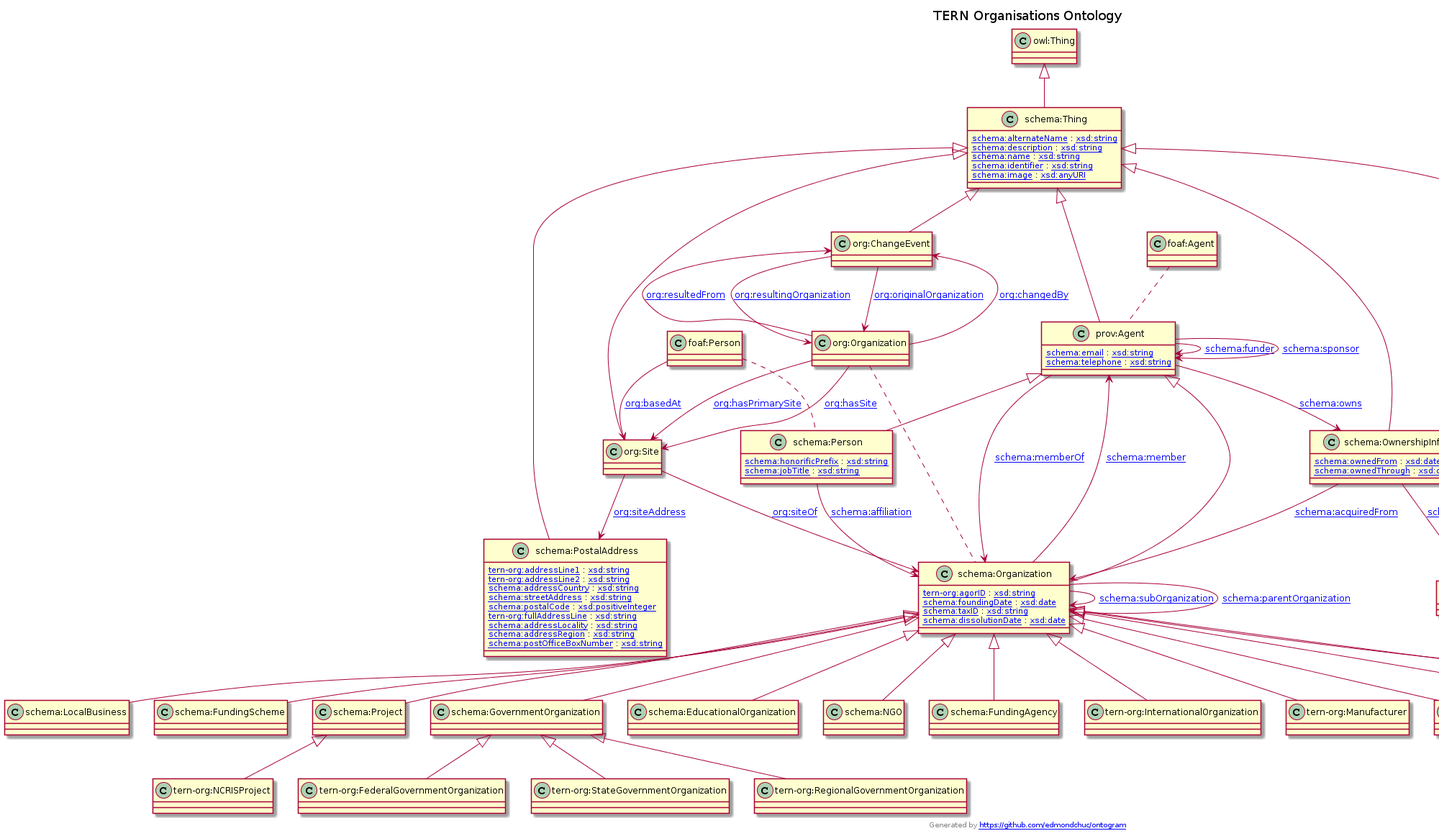
This is docs/tern-org.ttl.txt.png from ternaustralia/ontology_tern-org, a PlantUML export, as it was before one commit.
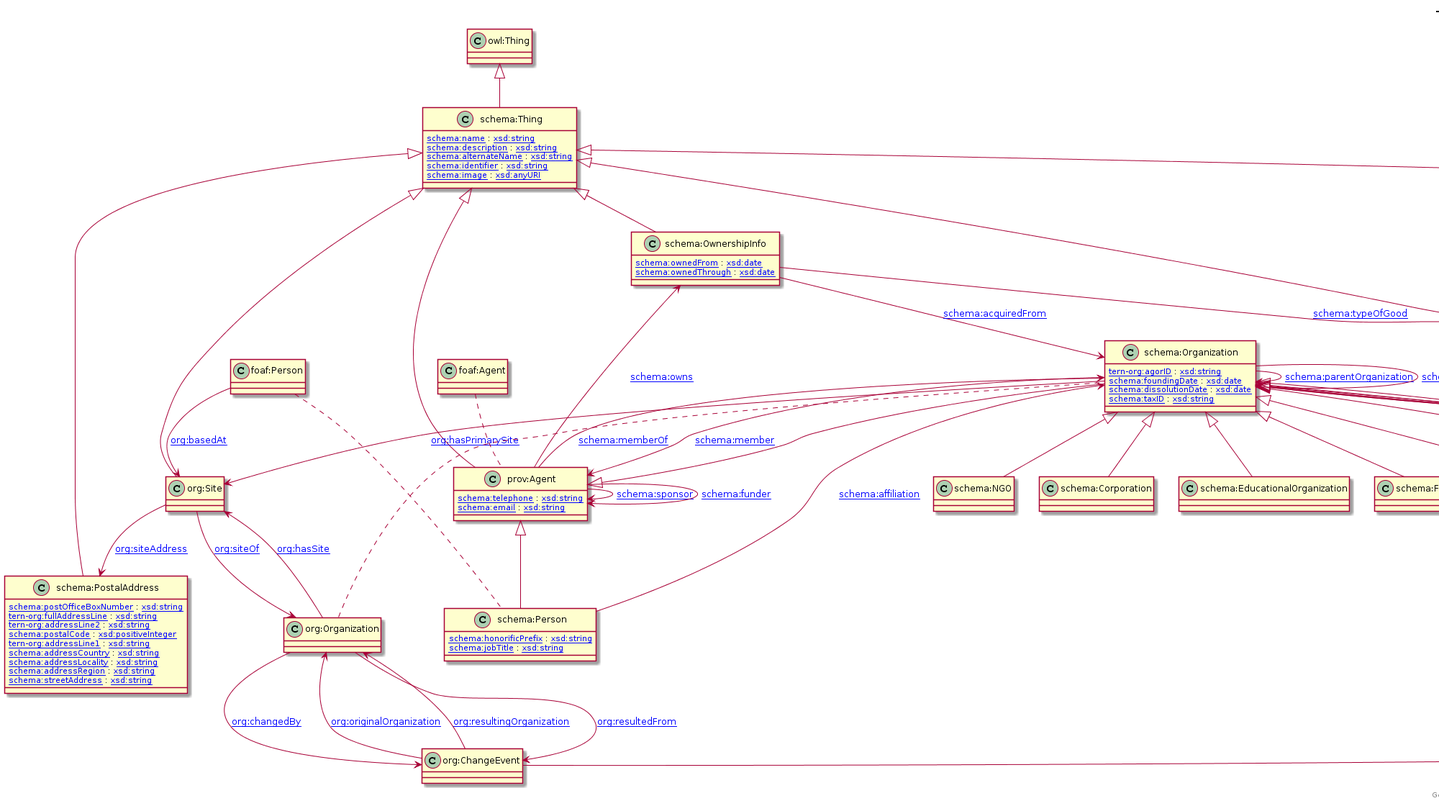
The same file after the commit.

Commit message:
Added tern-org:isDissolved

What changed in the source:
```diff
@@ -1,128 +1,128 @@
 @startuml
 title TERN Organisations Ontology
-"prov:Agent" <|-- "schema:Person"
-"schema:Organization" <|-- "schema:LocalBusiness"
-"schema:Organization" <|-- "schema:FundingScheme"
-"schema:Thing" <|-- "schema:PostalAddress"
-"owl:Thing" <|-- "schema:Thing"
-"schema:Thing" <|-- "org:ChangeEvent"
-"schema:Project" <|-- "tern-org:NCRISProject"
+"schema:Thing" <|-- "schema:OwnershipInfo"
+"schema:Thing" <|-- "org:Site"
+"schema:GovernmentOrganization" <|-- "tern-org:RegionalGovernmentOrganization"
+"schema:Organization" <|-- "schema:GovernmentOrganization"
 "prov:Agent" <|-- "schema:Organization"
-"schema:GovernmentOrganization" <|-- "tern-org:RegionalGovernmentOrganization"
-"schema:Organization" <|-- "schema:EducationalOrganization"
+"schema:Thing" <|-- "schema:Product"
 "schema:GovernmentOrganization" <|-- "tern-org:FederalGovernmentOrganization"
 "schema:Organization" <|-- "schema:NGO"
+"schema:Project" <|-- "tern-org:NCRISProject"
+"schema:Organization" <|-- "schema:Corporation"
+"prov:Agent" <|-- "schema:Person"
+"schema:Organization" <|-- "schema:EducationalOrganization"
+"schema:Organization" <|-- "schema:FundingScheme"
+"schema:Organization" <|-- "tern-org:PartnerOrganization"
+"schema:Organization" <|-- "schema:Project"
+"schema:Thing" <|-- "prov:Agent"
 "schema:Organization" <|-- "schema:FundingAgency"
-"schema:Thing" <|-- "prov:Agent"
+"schema:Organization" <|-- "tern-org:Manufacturer"
+"schema:Thing" <|-- "schema:PostalAddress"
+"schema:Organization" <|-- "schema:MedicalOrganization"
+"schema:GovernmentOrganization" <|-- "tern-org:StateGovernmentOrganization"
+"schema:Thing" <|-- "org:ChangeEvent"
+"schema:Organization" <|-- "schema:LocalBusiness"
+"owl:Thing" <|-- "schema:Thing"
 "schema:Organization" <|-- "tern-org:InternationalOrganization"
-"schema:GovernmentOrganization" <|-- "tern-org:StateGovernmentOrganization"
-"schema:Organization" <|-- "schema:GovernmentOrganization"
-"schema:Organization" <|-- "tern-org:Manufacturer"
-"schema:Thing" <|-- "org:Site"
-"schema:Thing" <|-- "schema:Product"
-"schema:Organization" <|-- "tern-org:PartnerOrganization"
-"schema:Organization" <|-- "schema:MedicalOrganization"
-"schema:Organization" <|-- "schema:Corporation"
-"schema:Organization" <|-- "schema:Project"
 "schema:Organization" <|-- "schema:Consortium"
-"schema:Thing" <|-- "schema:OwnershipInfo"
-Class "schema:Person" [[http://schema.org/Person]] {
-[[http://schema.org/honorificPrefix schema:honorificPrefix]] : [[http://www.w3.org/2001/XMLSchema#string xsd:string]]
-[[http://schema.org/jobTitle schema:jobTitle]] : [[http://www.w3.org/2001/XMLSchema#string xsd:string]]
+Class "schema:OwnershipInfo" [[http://schema.org/OwnershipInfo]] {
+[[http://schema.org/ownedFrom schema:ownedFrom]] : [[http://www.w3.org/2001/XMLSchema#date xsd:date]]
+[[http://schema.org/ownedThrough schema:ownedThrough]] : [[http://www.w3.org/2001/XMLSchema#date xsd:date]]
 }
-Class "schema:LocalBusiness" [[http://schema.org/LocalBusiness]] {
+Class "org:Site" [[http://www.w3.org/ns/org#Site]] {
 }
-Class "schema:FundingScheme" [[http://schema.org/FundingScheme]] {
+Class "tern-org:RegionalGovernmentOrganization" [[https://w3id.org/tern/ontologies/org/RegionalGovernmentOrganization]] {
 }
-Class "schema:PostalAddress" [[http://schema.org/PostalAddress]] {
-[[https://w3id.org/tern/ontologies/org/addressLine1 tern-org:addressLine1]] : [[http://www.w3.org/2001/XMLSchema#string xsd:string]]
-[[https://w3id.org/tern/ontologies/org/addressLine2 tern-org:addressLine2]] : [[http://www.w3.org/2001/XMLSchema#string xsd:string]]
-[[http://schema.org/addressCountry schema:addressCountry]] : [[http://www.w3.org/2001/XMLSchema#string xsd:string]]
-[[http://schema.org/streetAddress schema:streetAddress]] : [[http://www.w3.org/2001/XMLSchema#string xsd:string]]
-[[http://schema.org/postalCode schema:postalCode]] : [[http://www.w3.org/2001/XMLSchema#positiveInteger xsd:positiveInteger]]
-[[https://w3id.org/tern/ontologies/org/fullAddressLine tern-org:fullAddressLine]] : [[http://www.w3.org/2001/XMLSchema#string xsd:string]]
-[[http://schema.org/addressLocality schema:addressLocality]] : [[http://www.w3.org/2001/XMLSchema#string xsd:string]]
-[[http://schema.org/addressRegion schema:addressRegion]] : [[http://www.w3.org/2001/XMLSchema#string xsd:string]]
-[[http://schema.org/postOfficeBoxNumber schema:postOfficeBoxNumber]] : [[http://www.w3.org/2001/XMLSchema#string xsd:string]]
-}
-Class "schema:Thing" [[http://schema.org/Thing]] {
-[[http://schema.org/alternateName schema:alternateName]] : [[http://www.w3.org/2001/XMLSchema#string xsd:string]]
-[[http://schema.org/description schema:description]] : [[http://www.w3.org/2001/XMLSchema#string xsd:string]]
-[[http://schema.org/name schema:name]] : [[http://www.w3.org/2001/XMLSchema#string xsd:string]]
-[[http://schema.org/identifier schema:identifier]] : [[http://www.w3.org/2001/XMLSchema#string xsd:string]]
-[[http://schema.org/image schema:image]] : [[http://www.w3.org/2001/XMLSchema#anyURI xsd:anyURI]]
-}
-Class "org:ChangeEvent" [[http://www.w3.org/ns/org#ChangeEvent]] {
-}
-Class "tern-org:NCRISProject" [[https://w3id.org/tern/ontologies/org/NCRISProject]] {
+Class "schema:GovernmentOrganization" [[http://schema.org/GovernmentOrganization]] {
 }
 Class "schema:Organization" [[http://schema.org/Organization]] {
 [[https://w3id.org/tern/ontologies/org/agorID tern-org:agorID]] : [[http://www.w3.org/2001/XMLSchema#string xsd:string]]
 [[http://schema.org/foundingDate schema:foundingDate]] : [[http://www.w3.org/2001/XMLSchema#date xsd:date]]
+[[http://schema.org/dissolutionDate schema:dissolutionDate]] : [[http://www.w3.org/2001/XMLSchema#date xsd:date]]
 [[http://schema.org/taxID schema:taxID]] : [[http://www.w3.org/2001/XMLSchema#string xsd:string]]
-[[http://schema.org/dissolutionDate schema:dissolutionDate]] : [[http://www.w3.org/2001/XMLSchema#date xsd:date]]
 }
-Class "tern-org:RegionalGovernmentOrganization" [[https://w3id.org/tern/ontologies/org/RegionalGovernmentOrganization]] {
-}
-Class "schema:EducationalOrganization" [[http://schema.org/EducationalOrganization]] {
+Class "schema:Product" [[http://schema.org/Product]] {
 }
 Class "tern-org:FederalGovernmentOrganization" [[https://w3id.org/tern/ontologies/org/FederalGovernmentOrganization]] {
 }
 Class "schema:NGO" [[http://schema.org/NGO]] {
 }
+Class "tern-org:NCRISProject" [[https://w3id.org/tern/ontologies/org/NCRISProject]] {
+}
+Class "schema:Corporation" [[http://schema.org/Corporation]] {
+}
+Class "schema:Person" [[http://schema.org/Person]] {
+[[http://schema.org/honorificPrefix schema:honorificPrefix]] : [[http://www.w3.org/2001/XMLSchema#string xsd:string]]
+[[http://schema.org/jobTitle schema:jobTitle]] : [[http://www.w3.org/2001/XMLSchema#string xsd:string]]
+}
+Class "schema:EducationalOrganization" [[http://schema.org/EducationalOrganization]] {
+}
+Class "schema:FundingScheme" [[http://schema.org/FundingScheme]] {
+}
+Class "tern-org:PartnerOrganization" [[https://w3id.org/tern/ontologies/org/PartnerOrganization]] {
+}
+Class "schema:Project" [[http://schema.org/Project]] {
+}
+Class "prov:Agent" [[http://www.w3.org/ns/prov#Agent]] {
+[[http://schema.org/telephone schema:telephone]] : [[http://www.w3.org/2001/XMLSchema#string xsd:string]]
+[[http://schema.org/email schema:email]] : [[http://www.w3.org/2001/XMLSchema#string xsd:string]]
+}
 Class "schema:FundingAgency" [[http://schema.org/FundingAgency]] {
 }
-Class "prov:Agent" [[http://www.w3.org/ns/prov#Agent]] {
-[[http://schema.org/email schema:email]] : [[http://www.w3.org/2001/XMLSchema#string xsd:string]]
-[[http://schema.org/telephone schema:telephone]] : [[http://www.w3.org/2001/XMLSchema#string xsd:string]]
+Class "tern-org:Manufacturer" [[https://w3id.org/tern/ontologies/org/Manufacturer]] {
+}
+Class "schema:PostalAddress" [[http://schema.org/PostalAddress]] {
+[[http://schema.org/postOfficeBoxNumber schema:postOfficeBoxNumber]] : [[http://www.w3.org/2001/XMLSchema#string xsd:string]]
+[[https://w3id.org/tern/ontologies/org/fullAddressLine tern-org:fullAddressLine]] : [[http://www.w3.org/2001/XMLSchema#string xsd:string]]
+[[https://w3id.org/tern/ontologies/org/addressLine2 tern-org:addressLine2]] : [[http://www.w3.org/2001/XMLSchema#string xsd:string]]
+[[http://schema.org/postalCode schema:postalCode]] : [[http://www.w3.org/2001/XMLSchema#positiveInteger xsd:positiveInteger]]
+[[https://w3id.org/tern/ontologies/org/addressLine1 tern-org:addressLine1]] : [[http://www.w3.org/2001/XMLSchema#string xsd:string]]
+[[http://schema.org/addressCountry schema:addressCountry]] : [[http://www.w3.org/2001/XMLSchema#string xsd:string]]
+[[http://schema.org/addressLocality schema:addressLocality]] : [[http://www.w3.org/2001/XMLSchema#string xsd:string]]
+[[http://schema.org/addressRegion schema:addressRegion]] : [[http://www.w3.org/2001/XMLSchema#string xsd:string]]
+[[http://schema.org/streetAddress schema:streetAddress]] : [[http://www.w3.org/2001/XMLSchema#string xsd:string]]
+}
+Class "schema:MedicalOrganization" [[http://schema.org/MedicalOrganization]] {
+}
+Class "tern-org:StateGovernmentOrganization" [[https://w3id.org/tern/ontologies/org/StateGovernmentOrganization]] {
+}
+Class "org:ChangeEvent" [[http://www.w3.org/ns/org#ChangeEvent]] {
+}
+Class "schema:LocalBusiness" [[http://schema.org/LocalBusiness]] {
+}
+Class "schema:Thing" [[http://schema.org/Thing]] {
+[[http://schema.org/name schema:name]] : [[http://www.w3.org/2001/XMLSchema#string xsd:string]]
+[[http://schema.org/description schema:description]] : [[http://www.w3.org/2001/XMLSchema#string xsd:string]]
+[[http://schema.org/alternateName schema:alternateName]] : [[http://www.w3.org/2001/XMLSchema#string xsd:string]]
+[[http://schema.org/identifier schema:identifier]] : [[http://www.w3.org/2001/XMLSchema#string xsd:string]]
+[[http://schema.org/image schema:image]] : [[http://www.w3.org/2001/XMLSchema#anyURI xsd:anyURI]]
 }
 Class "tern-org:InternationalOrganization" [[https://w3id.org/tern/ontologies/org/InternationalOrganization]] {
 }
-Class "tern-org:StateGovernmentOrganization" [[https://w3id.org/tern/ontologies/org/StateGovernmentOrganization]] {
-}
-Class "schema:GovernmentOrganization" [[http://schema.org/GovernmentOrganization]] {
-}
-Class "tern-org:Manufacturer" [[https://w3id.org/tern/ontologies/org/Manufacturer]] {
-}
-Class "org:Site" [[http://www.w3.org/ns/org#Site]] {
-}
-Class "schema:Product" [[http://schema.org/Product]] {
-}
-Class "tern-org:PartnerOrganization" [[https://w3id.org/tern/ontologies/org/PartnerOrganization]] {
-}
-Class "schema:MedicalOrganization" [[http://schema.org/MedicalOrganization]] {
-}
-Class "schema:Corporation" [[http://schema.org/Corporation]] {
-}
-Class "schema:Project" [[http://schema.org/Project]] {
-}
 Class "schema:Consortium" [[http://schema.org/Consortium]] {
 }
-Class "schema:OwnershipInfo" [[http://schema.org/OwnershipInfo]] {
-[[http://schema.org/ownedFrom schema:ownedFrom]] : [[http://www.w3.org/2001/XMLSchema#date xsd:date]]
-[[http://schema.org/ownedThrough schema:ownedThrough]] : [[http://www.w3.org/2001/XMLSchema#date xsd:date]]
-}
+"schema:Person" --> "schema:Organization" : "[[http://schema.org/affiliation schema:affiliation]]"
+"org:Organization" --> "org:ChangeEvent" : "[[http://www.w3.org/ns/org#resultedFrom org:resultedFrom]]"
+"schema:OwnershipInfo" --> "schema:Product" : "[[http://schema.org/typeOfGood schema:typeOfGood]]"
 "org:Organization" --> "org:Site" : "[[http://www.w3.org/ns/org#hasSite org:hasSite]]"
+"org:Site" --> "org:Organization" : "[[http://www.w3.org/ns/org#siteOf org:siteOf]]"
+"org:Organization" --> "org:ChangeEvent" : "[[http://www.w3.org/ns/org#changedBy org:changedBy]]"
+"org:Site" --> "schema:PostalAddress" : "[[http://www.w3.org/ns/org#siteAddress org:siteAddress]]"
+"foaf:Person" --> "org:Site" : "[[http://www.w3.org/ns/org#basedAt org:basedAt]]"
+"prov:Agent" --> "schema:Organization" : "[[http://schema.org/memberOf schema:memberOf]]"
+"schema:Organization" --> "prov:Agent" : "[[http://schema.org/member schema:member]]"
+"prov:Agent" --> "prov:Agent" : "[[http://schema.org/sponsor schema:sponsor]]"
+"schema:Organization" --> "org:Site" : "[[http://www.w3.org/ns/org#hasPrimarySite org:hasPrimarySite]]"
+"schema:Organization" --> "schema:Organization" : "[[http://schema.org/parentOrganization schema:parentOrganization]]"
+"schema:OwnershipInfo" --> "schema:Organization" : "[[http://schema.org/acquiredFrom schema:acquiredFrom]]"
+"org:ChangeEvent" --> "org:Organization" : "[[http://www.w3.org/ns/org#originalOrganization org:originalOrganization]]"
+"prov:Agent" --> "schema:OwnershipInfo" : "[[http://schema.org/owns schema:owns]]"
 "prov:Agent" --> "prov:Agent" : "[[http://schema.org/funder schema:funder]]"
+"org:ChangeEvent" --> "org:Organization" : "[[http://www.w3.org/ns/org#resultingOrganization org:resultingOrganization]]"
 "schema:Organization" --> "schema:Organization" : "[[http://schema.org/subOrganization schema:subOrganization]]"
-"schema:Organization" --> "prov:Agent" : "[[http://schema.org/member schema:member]]"
-"schema:OwnershipInfo" --> "schema:Organization" : "[[http://schema.org/acquiredFrom schema:acquiredFrom]]"
-"foaf:Person" --> "org:Site" : "[[http://www.w3.org/ns/org#basedAt org:basedAt]]"
-"org:Organization" --> "org:Site" : "[[http://www.w3.org/ns/org#hasPrimarySite org:hasPrimarySite]]"
-"prov:Agent" --> "schema:Organization" : "[[http://schema.org/memberOf schema:memberOf]]"
-"schema:Person" --> "schema:Organization" : "[[http://schema.org/affiliation schema:affiliation]]"
-"org:Organization" --> "org:ChangeEvent" : "[[http://www.w3.org/ns/org#changedBy org:changedBy]]"
-"org:ChangeEvent" --> "org:Organization" : "[[http://www.w3.org/ns/org#resultingOrganization org:resultingOrganization]]"
-"org:Site" --> "schema:PostalAddress" : "[[http://www.w3.org/ns/org#siteAddress org:siteAddress]]"
-"org:Organization" --> "org:ChangeEvent" : "[[http://www.w3.org/ns/org#resultedFrom org:resultedFrom]]"
-"org:ChangeEvent" --> "org:Organization" : "[[http://www.w3.org/ns/org#originalOrganization org:originalOrganization]]"
-"org:Site" --> "schema:Organization" : "[[http://www.w3.org/ns/org#siteOf org:siteOf]]"
-"prov:Agent" --> "prov:Agent" : "[[http://schema.org/sponsor schema:sponsor]]"
-"schema:OwnershipInfo" --> "schema:Product" : "[[http://schema.org/typeOfGood schema:typeOfGood]]"
-"schema:Organization" --> "schema:Organization" : "[[http://schema.org/parentOrganization schema:parentOrganization]]"
-"prov:Agent" --> "schema:OwnershipInfo" : "[[http://schema.org/owns schema:owns]]"
+"org:Organization" .. "schema:Organization"
 "foaf:Person" .. "schema:Person"
-"org:Organization" .. "schema:Organization"
 "foaf:Agent" .. "prov:Agent"
 header
 Creator: Edmond Chuc (e.chuc@uq.edu.au)
```
